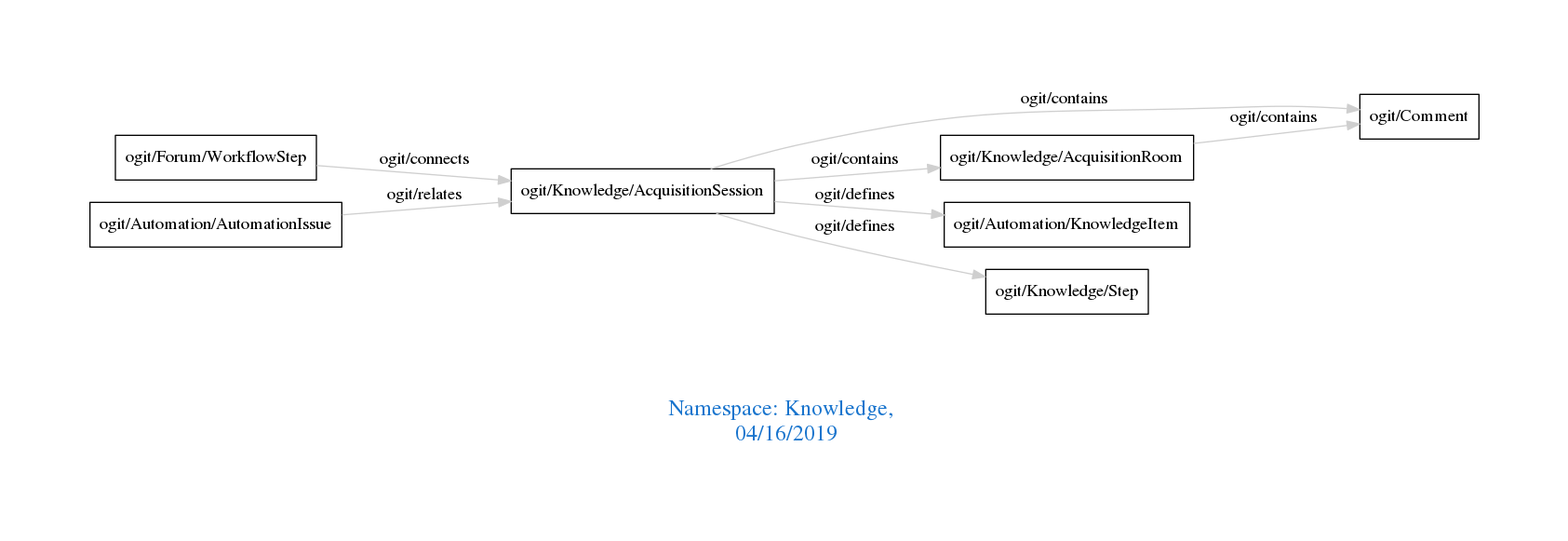
The Graphviz diagram downloads/Knowledge.png in arago/OGIT, before a commit. Its source is kept beside it as downloads/Knowledge.dot. Its diagram source:
```dot
digraph OGIT_ontology {
 graph [ rankdir= LR,pad=1
fontsize = 18,
fontcolor= dodgerblue3,label = "\n\n\nNamespace: Knowledge, \n 04/16/2019"];
node[shape=polygon];
edge [  color="gray81"];

   "ogit/Knowledge/AcquisitionRoom" -> "ogit/Comment" [label="   ogit/contains    "];
   "ogit/Knowledge/AcquisitionSession" -> "ogit/Comment" [label="   ogit/contains    "];
   "ogit/Knowledge/AcquisitionSession" -> "ogit/Knowledge/AcquisitionRoom" [label="   ogit/contains    "];
   "ogit/Knowledge/AcquisitionSession" -> "ogit/Automation/KnowledgeItem" [label="   ogit/defines    "];
   "ogit/Knowledge/AcquisitionSession" -> "ogit/Knowledge/Step" [label="   ogit/defines    "];
   "ogit/Forum/WorkflowStep" -> "ogit/Knowledge/AcquisitionSession" [label="   ogit/connects    "];
   "ogit/Automation/AutomationIssue" -> "ogit/Knowledge/AcquisitionSession" [label="   ogit/relates    "];
}
```
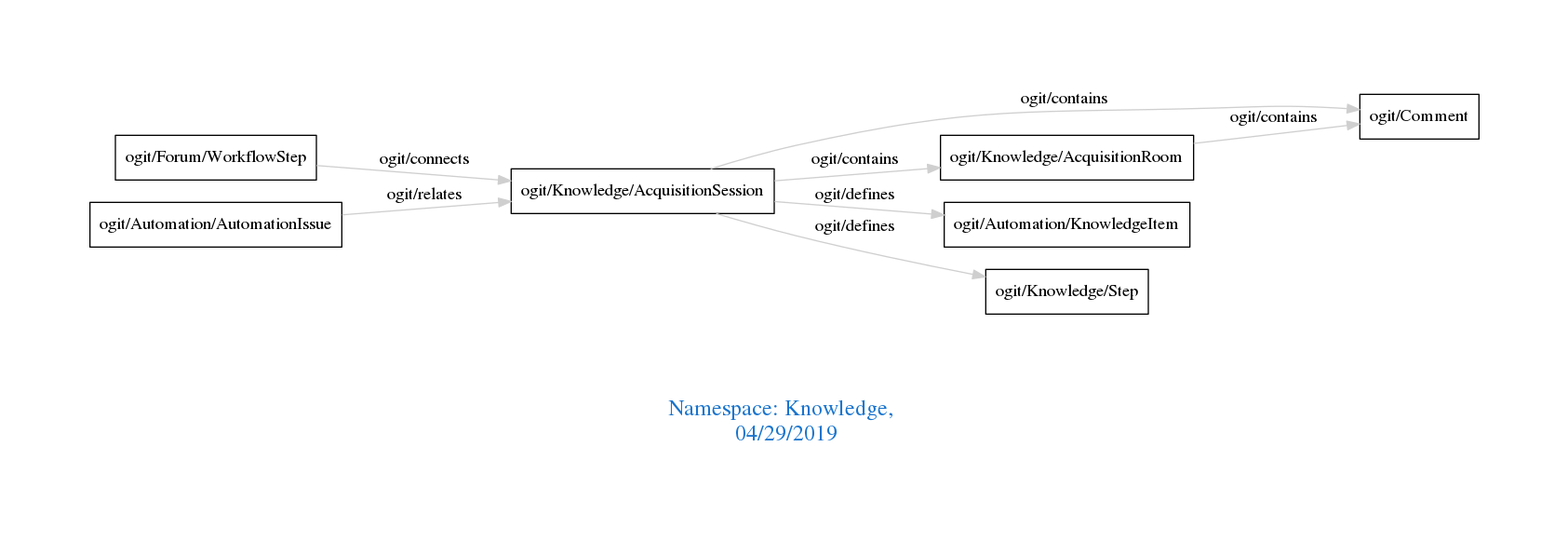
After the commit.

Change to the diagram source:
```diff
@@ -1,7 +1,7 @@
 digraph OGIT_ontology {
  graph [ rankdir= LR,pad=1
 fontsize = 18,
-fontcolor= dodgerblue3,label = "\n\n\nNamespace: Knowledge, \n 04/16/2019"];
+fontcolor= dodgerblue3,label = "\n\n\nNamespace: Knowledge, \n 04/29/2019"];
 node[shape=polygon];
 edge [  color="gray81"];
 
```
